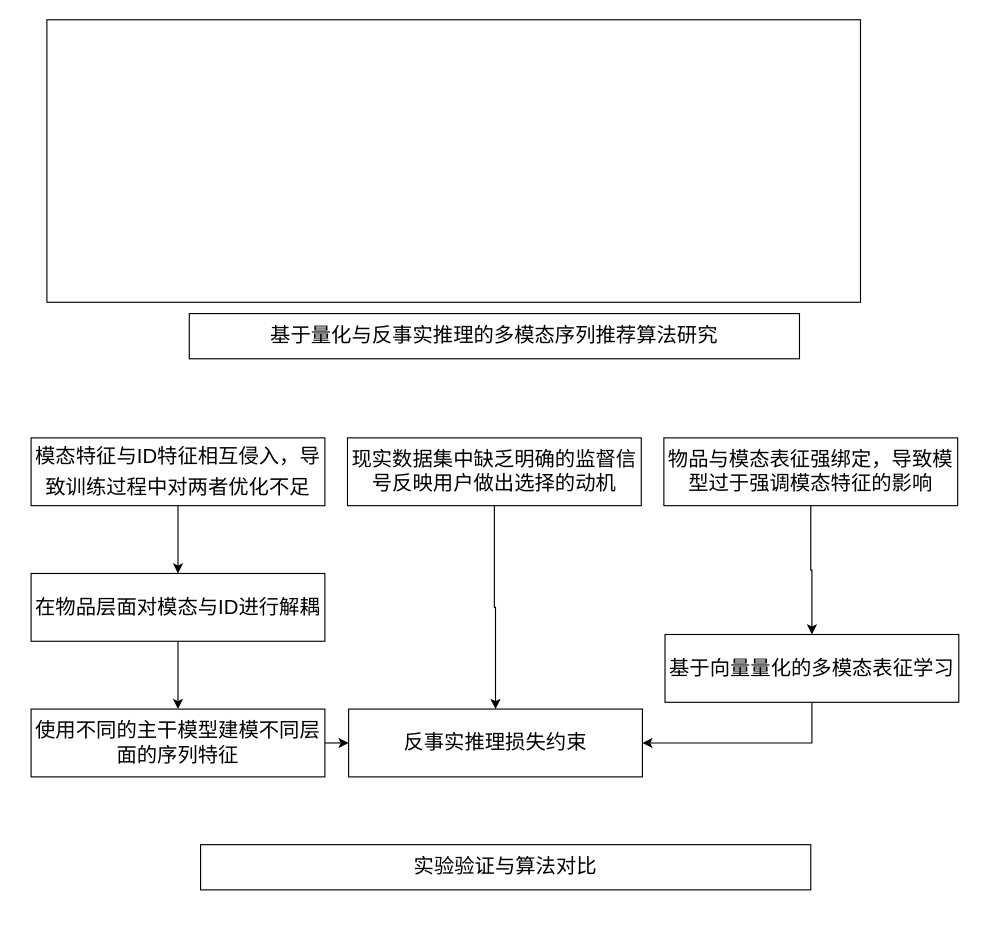
Before: 多模态/毕设_主要内容图.drawio in rabbicat30/test, a draw.io diagram. Source tidied: cells renumbered, new cells numbered last; positions are measured from the earlier drawing's top-left corner, leaving out a move shared by most shapes. Both pictures are drawn from the tidied source at 113%, with x=0, y=0 at pixel (31, 19).
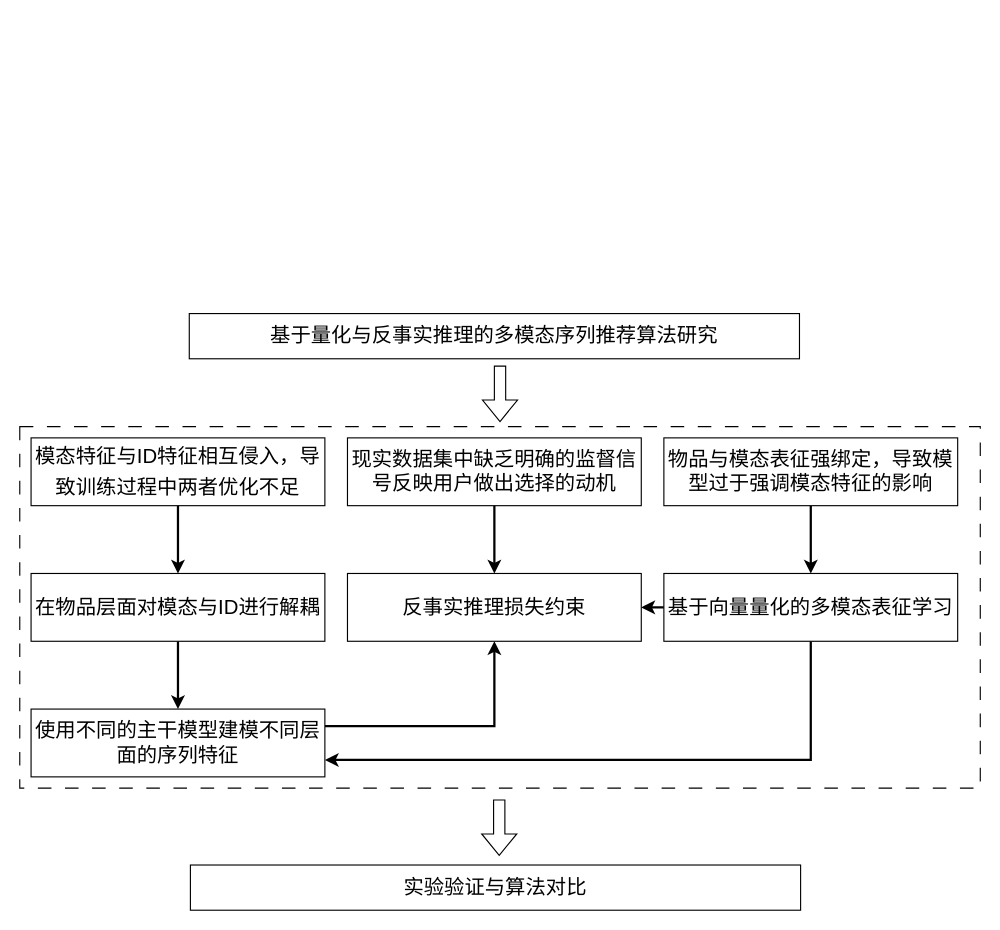
The same diagram, later.

Commit message (it also covers changes not shown here):
更新毕设_主要内容图.drawio

Unchanged cells that the change refers to:
```xml
<mxCell id="7" value="&lt;font face=&quot;宋体&quot;&gt;&lt;span style=&quot;font-size: 18px;&quot;&gt;现实数据集中缺乏明确的监督信号反映用户做出选择的动机&lt;/span&gt;&lt;/font&gt;" style="rounded=0;whiteSpace=wrap;html=1;align=center;" parent="1" vertex="1">
  <mxGeometry x="280" y="370" width="260" height="60" as="geometry" />
</mxCell>
<mxCell id="9" value="&lt;font face=&quot;宋体&quot;&gt;&lt;span style=&quot;font-size: 18px;&quot;&gt;物品与模态表征强绑定，导致模型过于强调模态特征的影响&lt;/span&gt;&lt;/font&gt;" style="rounded=0;whiteSpace=wrap;html=1;align=center;" parent="1" vertex="1">
  <mxGeometry x="560" y="370" width="260" height="60" as="geometry" />
</mxCell>
<mxCell id="11" value="&lt;font style=&quot;font-size: 18px;&quot; face=&quot;宋体&quot;&gt;在物品层面对模态与ID进行解耦&lt;/font&gt;" style="rounded=0;whiteSpace=wrap;html=1;" parent="1" vertex="1">
  <mxGeometry y="490" width="260" height="60" as="geometry" />
</mxCell>
<mxCell id="13" value="&lt;font style=&quot;font-size: 18px;&quot; face=&quot;宋体&quot;&gt;使用不同的主干模型建模不同层面的序列特征&lt;/font&gt;" style="rounded=0;whiteSpace=wrap;html=1;" parent="1" vertex="1">
  <mxGeometry y="610" width="260" height="60" as="geometry" />
</mxCell>
```

Diff of the diagram source:
```diff
@@
-    <mxCell id="3" style="rounded=0;whiteSpace=wrap;html=1;" parent="1" vertex="1">
-      <mxGeometry x="14" width="720" height="250" as="geometry" />
+    <mxCell id="3" style="rounded=0;whiteSpace=wrap;html=1;dashed=1;dashPattern=12 12;" parent="1" vertex="1">
+      <mxGeometry x="-10" y="360" width="850" height="320" as="geometry" />
     </mxCell>
-    <mxCell id="4" style="edgeStyle=orthogonalEdgeStyle;rounded=0;jettySize=auto;html=1;exitX=0.5;exitY=1;exitDx=0;exitDy=0;entryX=0.5;entryY=0;entryDx=0;entryDy=0;" parent="1" edge="1" source="5" target="11">
+    <mxCell id="4" style="edgeStyle=orthogonalEdgeStyle;rounded=0;jettySize=auto;html=1;exitX=0.5;exitY=1;exitDx=0;exitDy=0;entryX=0.5;entryY=0;entryDx=0;entryDy=0;strokeWidth=2;" parent="1" edge="1" source="5" target="11">
       <mxGeometry relative="1" as="geometry" />
     </mxCell>
-    <mxCell id="5" value="&lt;font style=&quot;font-size: 18px;&quot; face=&quot;宋体&quot;&gt;&lt;span style=&quot;line-height: 150%;&quot;&gt;模态特征与&lt;/span&gt;&lt;span style=&quot;line-height: 150%;&quot; lang=&quot;EN-US&quot;&gt;ID&lt;/span&gt;&lt;span style=&quot;line-height: 150%;&quot;&gt;特征相互侵入，导致训练过程中对两者优化不足&lt;/span&gt;&lt;/font&gt;" style="rounded=0;whiteSpace=wrap;html=1;" parent="1" vertex="1">
+    <mxCell id="5" value="&lt;font style=&quot;font-size: 18px;&quot; face=&quot;宋体&quot;&gt;&lt;span style=&quot;line-height: 150%;&quot;&gt;模态特征与&lt;/span&gt;&lt;span style=&quot;line-height: 150%;&quot; lang=&quot;EN-US&quot;&gt;ID&lt;/span&gt;&lt;span style=&quot;line-height: 150%;&quot;&gt;特征相互侵入，导致训练过程中两者优化不足&lt;/span&gt;&lt;/font&gt;" style="rounded=0;whiteSpace=wrap;html=1;" parent="1" vertex="1">
       <mxGeometry y="370" width="260" height="60" as="geometry" />
     </mxCell>
-    <mxCell id="6" style="edgeStyle=orthogonalEdgeStyle;rounded=0;jettySize=auto;html=1;exitX=0.5;exitY=1;exitDx=0;exitDy=0;" parent="1" edge="1" source="7" target="14">
+    <mxCell id="6" style="edgeStyle=orthogonalEdgeStyle;rounded=0;jettySize=auto;html=1;exitX=0.5;exitY=1;exitDx=0;exitDy=0;strokeWidth=2;" parent="1" edge="1" source="7" target="14">
       <mxGeometry relative="1" as="geometry" />
     </mxCell>
@@
-    <mxCell id="8" style="edgeStyle=orthogonalEdgeStyle;rounded=0;jettySize=auto;html=1;exitX=0.5;exitY=1;exitDx=0;exitDy=0;entryX=0.5;entryY=0;entryDx=0;entryDy=0;" parent="1" edge="1" source="9" target="16">
+    <mxCell id="8" style="edgeStyle=orthogonalEdgeStyle;rounded=0;jettySize=auto;html=1;exitX=0.5;exitY=1;exitDx=0;exitDy=0;entryX=0.5;entryY=0;entryDx=0;entryDy=0;strokeWidth=2;" parent="1" edge="1" source="9" target="16">
       <mxGeometry relative="1" as="geometry" />
     </mxCell>
@@
-    <mxCell id="10" style="edgeStyle=orthogonalEdgeStyle;rounded=0;jettySize=auto;html=1;exitX=0.5;exitY=1;exitDx=0;exitDy=0;entryX=0.5;entryY=0;entryDx=0;entryDy=0;" parent="1" edge="1" source="11" target="13">
+    <mxCell id="10" style="edgeStyle=orthogonalEdgeStyle;rounded=0;jettySize=auto;html=1;exitX=0.5;exitY=1;exitDx=0;exitDy=0;entryX=0.5;entryY=0;entryDx=0;entryDy=0;strokeWidth=2;" parent="1" edge="1" source="11" target="13">
       <mxGeometry relative="1" as="geometry" />
     </mxCell>
@@
-    <mxCell id="12" style="edgeStyle=orthogonalEdgeStyle;rounded=0;jettySize=auto;html=1;exitX=1;exitY=0.5;exitDx=0;exitDy=0;entryX=0;entryY=0.5;entryDx=0;entryDy=0;" parent="1" edge="1" source="13" target="14">
+    <mxCell id="12" style="edgeStyle=orthogonalEdgeStyle;rounded=0;jettySize=auto;html=1;exitX=1;exitY=0.25;exitDx=0;exitDy=0;strokeWidth=2;" parent="1" edge="1" source="13" target="14">
       <mxGeometry relative="1" as="geometry" />
     </mxCell>
@@
     <mxCell id="14" value="&lt;font style=&quot;font-size: 18px;&quot; face=&quot;宋体&quot;&gt;反事实推理损失约束&lt;/font&gt;" style="rounded=0;whiteSpace=wrap;html=1;" parent="1" vertex="1">
-      <mxGeometry x="281" y="610" width="260" height="60" as="geometry" />
+      <mxGeometry x="280" y="490" width="260" height="60" as="geometry" />
     </mxCell>
-    <mxCell id="15" style="edgeStyle=orthogonalEdgeStyle;rounded=0;jettySize=auto;html=1;exitX=0.5;exitY=1;exitDx=0;exitDy=0;entryX=1;entryY=0.5;entryDx=0;entryDy=0;" parent="1" edge="1" source="16" target="14">
+    <mxCell id="15" style="edgeStyle=orthogonalEdgeStyle;rounded=0;jettySize=auto;html=1;exitX=0;exitY=0.5;exitDx=0;exitDy=0;entryX=1;entryY=0.5;entryDx=0;entryDy=0;strokeWidth=2;" parent="1" edge="1" source="16" target="14">
       <mxGeometry relative="1" as="geometry" />
     </mxCell>
+    <mxCell id="18" style="edgeStyle=orthogonalEdgeStyle;rounded=0;jettySize=auto;html=1;exitX=0.5;exitY=1;exitDx=0;exitDy=0;entryX=1;entryY=0.75;entryDx=0;entryDy=0;strokeWidth=2;" parent="1" edge="1" source="16" target="13">
+      <mxGeometry relative="1" as="geometry" />
+    </mxCell>
     <mxCell id="16" value="&lt;font face=&quot;宋体&quot;&gt;&lt;span style=&quot;font-size: 18px;&quot;&gt;基于向量量化的多模态表征学习&lt;/span&gt;&lt;/font&gt;" style="rounded=0;whiteSpace=wrap;html=1;align=center;" parent="1" vertex="1">
-      <mxGeometry x="561" y="544" width="260" height="60" as="geometry" />
+      <mxGeometry x="560" y="490" width="260" height="60" as="geometry" />
     </mxCell>
     <mxCell id="17" value="&lt;font face=&quot;宋体&quot; style=&quot;font-size: 18px;&quot;&gt;实验验证与算法对比&lt;/font&gt;" style="rounded=0;whiteSpace=wrap;html=1;" parent="1" vertex="1">
-      <mxGeometry x="150" y="730" width="540" height="40" as="geometry" />
+      <mxGeometry x="141" y="748" width="540" height="40" as="geometry" />
     </mxCell>
+    <mxCell id="19" style="shape=flexArrow;endArrow=classic;html=1;rounded=0;entryX=0.5;entryY=0;entryDx=0;entryDy=0;" parent="1" edge="1">
+      <mxGeometry relative="1" as="geometry">
+        <mxPoint x="415" y="306" as="sourcePoint" />
+        <mxPoint x="415" y="356" as="targetPoint" />
+      </mxGeometry>
+    </mxCell>
+    <mxCell id="20" style="shape=flexArrow;endArrow=classic;html=1;rounded=0;entryX=0.5;entryY=0;entryDx=0;entryDy=0;" parent="1" edge="1">
+      <mxGeometry relative="1" as="geometry">
+        <mxPoint x="414.3" y="690" as="sourcePoint" />
+        <mxPoint x="414.3" y="740" as="targetPoint" />
+      </mxGeometry>
+    </mxCell>
```
